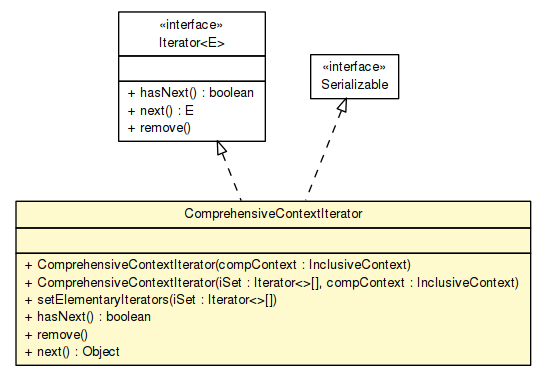
Before: apidocs/sorcer/core/context/ComprehensiveContextIterator.png, a diagram exported from Graphviz (sorcersoft/sorcersoft.github.io). Its source is kept beside it as apidocs/sorcer/core/context/ComprehensiveContextIterator.dot.
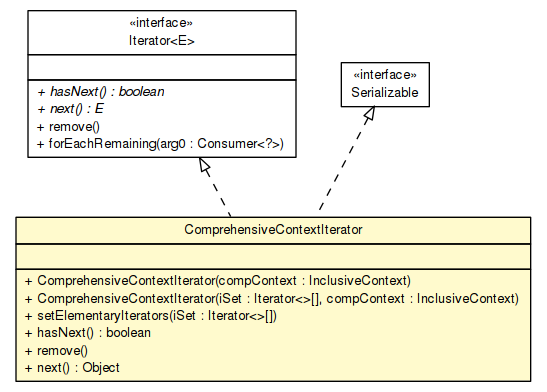
Later version of the same file.

Diff of the diagram source:
```diff
@@ -4,7 +4,7 @@
 	node [fontname="Helvetica",fontsize=10,shape=plaintext];
 	nodesep=0.25;
 	ranksep=0.5;
-	c154062 [label=<<table title="sorcer.core.context.ComprehensiveContextIterator" border="0" cellborder="1" cellspacing="0" cellpadding="2" port="p" bgcolor="lemonChiffon" href="./ComprehensiveContextIterator.html">
+	c164469 [label=<<table title="sorcer.core.context.ComprehensiveContextIterator" border="0" cellborder="1" cellspacing="0" cellpadding="2" port="p" bgcolor="lemonChiffon" href="./ComprehensiveContextIterator.html">
 		<tr><td><table border="0" cellspacing="0" cellpadding="1">
 <tr><td align="center" balign="center"> ComprehensiveContextIterator </td></tr>
 		</table></td></tr>
@@ -20,15 +20,15 @@
 <tr><td align="left" balign="left"> + next() : Object </td></tr>
 		</table></td></tr>
 		</table>>, URL="./ComprehensiveContextIterator.html", fontname="Helvetica", fontcolor="black", fontsize=10.0];
-	c154579:p -> c154062:p [dir=back,arrowtail=empty,style=dashed];
-	c154580:p -> c154062:p [dir=back,arrowtail=empty,style=dashed];
-	c154580 [label=<<table title="java.io.Serializable" border="0" cellborder="1" cellspacing="0" cellpadding="2" port="p" href="http://docs.oracle.com/javase/7/docs/api/java/io/Serializable.html">
+	c165069:p -> c164469:p [dir=back,arrowtail=empty,style=dashed];
+	c165070:p -> c164469:p [dir=back,arrowtail=empty,style=dashed];
+	c165070 [label=<<table title="java.io.Serializable" border="0" cellborder="1" cellspacing="0" cellpadding="2" port="p" href="http://docs.oracle.com/javase/7/docs/api/java/io/Serializable.html">
 		<tr><td><table border="0" cellspacing="0" cellpadding="1">
 <tr><td align="center" balign="center"> &#171;interface&#187; </td></tr>
 <tr><td align="center" balign="center"> Serializable </td></tr>
 		</table></td></tr>
 		</table>>, URL="http://docs.oracle.com/javase/7/docs/api/java/io/Serializable.html", fontname="Helvetica", fontcolor="black", fontsize=10.0];
-	c154579 [label=<<table title="java.util.Iterator" border="0" cellborder="1" cellspacing="0" cellpadding="2" port="p" href="http://docs.oracle.com/javase/7/docs/api/java/util/Iterator.html">
+	c165069 [label=<<table title="java.util.Iterator" border="0" cellborder="1" cellspacing="0" cellpadding="2" port="p" href="http://docs.oracle.com/javase/7/docs/api/java/util/Iterator.html">
 		<tr><td><table border="0" cellspacing="0" cellpadding="1">
 <tr><td align="center" balign="center"> &#171;interface&#187; </td></tr>
 <tr><td align="center" balign="center"> Iterator&lt;E&gt; </td></tr>
@@ -37,9 +37,10 @@
 <tr><td align="left" balign="left">  </td></tr>
 		</table></td></tr>
 		<tr><td><table border="0" cellspacing="0" cellpadding="1">
-<tr><td align="left" balign="left"> + hasNext() : boolean </td></tr>
-<tr><td align="left" balign="left"> + next() : E </td></tr>
+<tr><td align="left" balign="left"><font face="Helvetica-Oblique" point-size="10.0"> + hasNext() : boolean </font></td></tr>
+<tr><td align="left" balign="left"><font face="Helvetica-Oblique" point-size="10.0"> + next() : E </font></td></tr>
 <tr><td align="left" balign="left"> + remove() </td></tr>
+<tr><td align="left" balign="left"> + forEachRemaining(arg0 : Consumer&lt;?&gt;) </td></tr>
 		</table></td></tr>
 		</table>>, URL="http://docs.oracle.com/javase/7/docs/api/java/util/Iterator.html", fontname="Helvetica", fontcolor="black", fontsize=10.0];
 }
```
